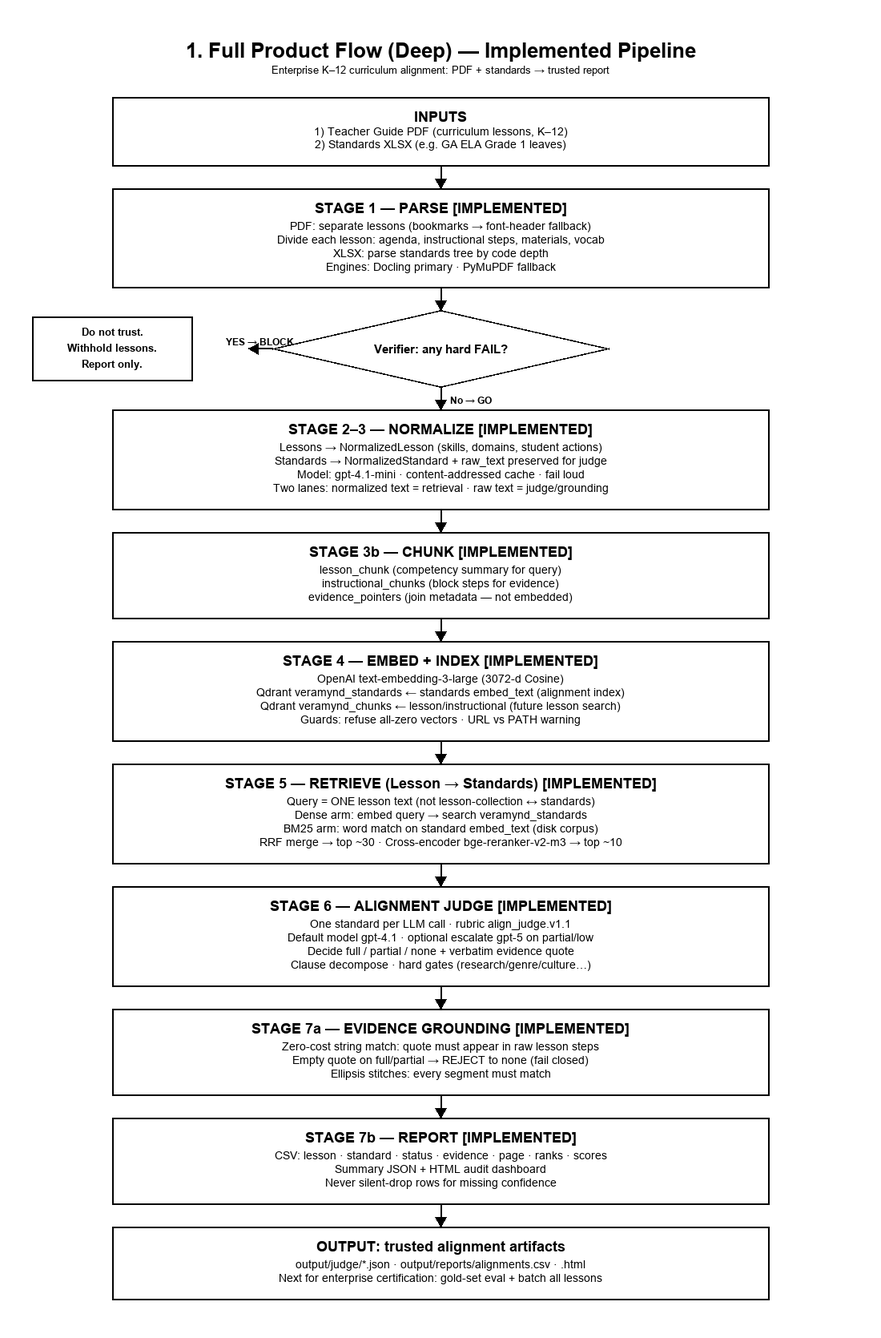
Earlier version of the Mermaid export veramynd/docs/diagrams/flow/02_full_pipeline_deep.png (abaidurerehman1/Veramynd). Its source is kept beside it as veramynd/docs/diagrams/flow/02_full_pipeline_deep.mmd. Source of this version:
```mermaid
flowchart TB
  subgraph INPUTS["INPUTS"]
    PDF["Teacher Guide PDF"]
    XLSX["Standards XLSX"]
  end

  subgraph S1["STAGE 1 — PARSE ✅"]
    SEP["Separate lessons<br/>bookmarks → font-header fallback"]
    DIV["Divide lesson<br/>agenda · steps · materials · vocab"]
    STD["Parse standards tree"]
    ENG["Docling primary · PyMuPDF fallback"]
  end

  VER{"Verifier:<br/>any hard FAIL?"}
  BLOCK["YES → BLOCK<br/>Do not trust / withhold lessons"]

  subgraph S23["STAGE 2–3 — NORMALIZE ✅"]
    LN["Lesson normalize gpt-4.1-mini"]
    SN["Standards normalize + raw_text kept"]
    LANES["Normalized = retrieval<br/>Raw = judge + grounding"]
  end

  subgraph SCH["STAGE 3b — CHUNK ✅"]
    LC["lesson_chunk query text"]
    IC["instructional_chunks evidence"]
    EP["evidence_pointers not embedded"]
  end

  subgraph EMB["STAGE 4 — EMBED + INDEX ✅"]
    E1["text-embedding-3-large 3072-d"]
    QS["Qdrant veramynd_standards"]
    QC["Qdrant veramynd_chunks<br/>future lesson search"]
    G0["Zero-vector guards · URL/PATH warn"]
  end

  subgraph RET["STAGE 5 — RETRIEVE ✅ Lesson → Standards"]
    Q["Query = one lesson text"]
    D["Dense → standards collection"]
    B["BM25 → standard embed_text"]
    RRF["RRF top ~30"]
    RR["bge-reranker-base top ~10"]
  end

  subgraph JUD["STAGE 6 — JUDGE ✅"]
    J1["One standard per call"]
    J2["gpt-4.1 · escalate gpt-5 optional"]
    J3["full / partial / none + quote"]
  end

  subgraph GR["STAGE 7a — GROUNDING ✅"]
    G1["Quote must exist in raw lesson"]
    G2["Empty/fabricated → force none"]
  end

  subgraph REP["STAGE 7b — REPORT ✅"]
    CSV["CSV + summary JSON"]
    HTML["HTML audit dashboard"]
  end

  OUT["OUTPUT: trusted alignment artifacts"]

  PDF --> SEP --> DIV --> VER
  XLSX --> STD --> VER
  ENG --> DIV
  VER -->|GO| LN
  VER -->|BLOCK| BLOCK
  LN --> SN --> LANES --> LC --> IC --> EP
  EP --> E1 --> QS
  E1 --> QC
  E1 --> G0
  QS --> Q
  Q --> D --> RRF
  Q --> B --> RRF
  RRF --> RR --> J1 --> J2 --> J3 --> G1 --> G2 --> CSV --> HTML --> OUT
```
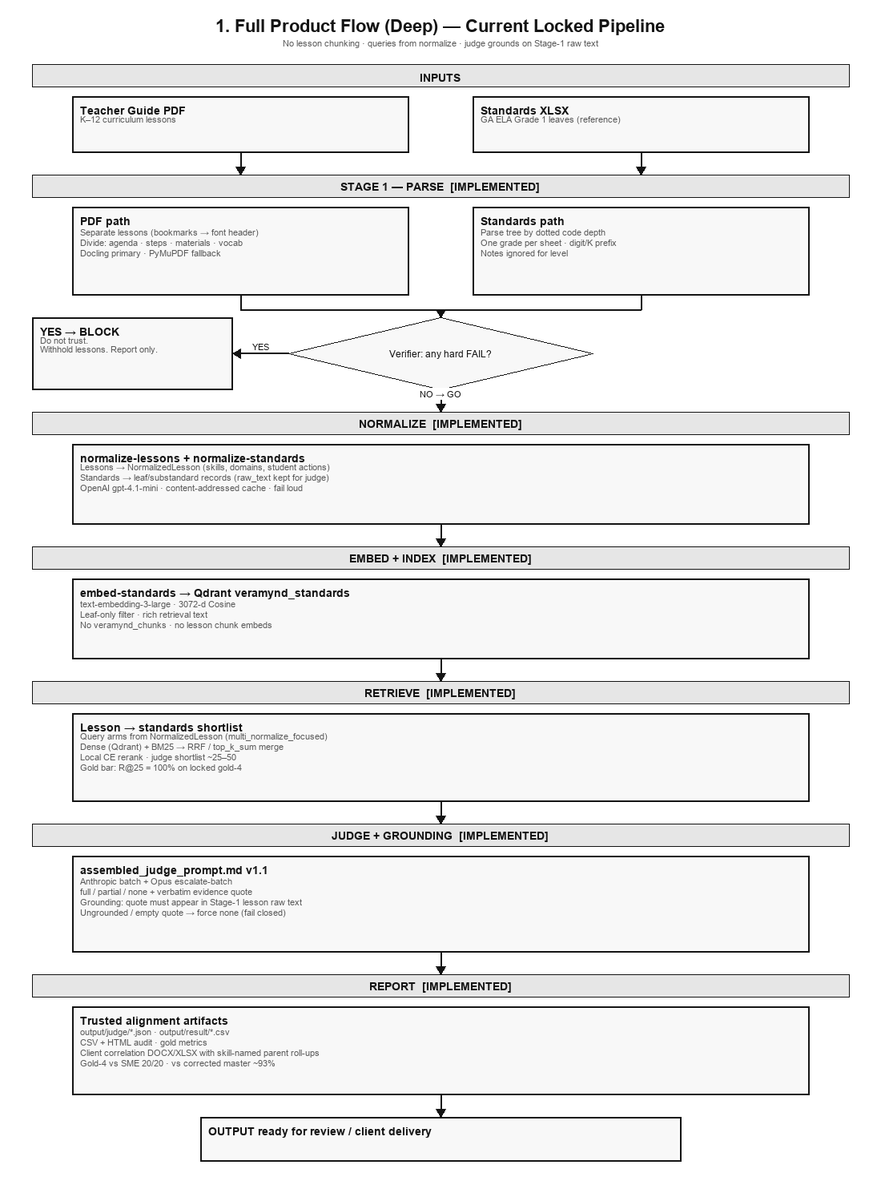
After the commit.

Change to the diagram source:
```diff
@@ -1,60 +1,52 @@
 flowchart TB
   subgraph INPUTS["INPUTS"]
     PDF["Teacher Guide PDF"]
-    XLSX["Standards XLSX"]
+    XLSX["Standards XLSX<br/>Code | Standard Text | Notes"]
   end
 
-  subgraph S1["STAGE 1 — PARSE ✅"]
+  subgraph S1["STAGE 1 — PARSE + VERIFY"]
     SEP["Separate lessons<br/>bookmarks → font-header fallback"]
     DIV["Divide lesson<br/>agenda · steps · materials · vocab"]
-    STD["Parse standards tree"]
+    STD["Parse standards tree<br/>dotted grade-prefixed codes"]
     ENG["Docling primary · PyMuPDF fallback"]
   end
 
   VER{"Verifier:<br/>any hard FAIL?"}
-  BLOCK["YES → BLOCK<br/>Do not trust / withhold lessons"]
+  BLOCK["YES → BLOCK<br/>withhold trusted lessons"]
 
-  subgraph S23["STAGE 2–3 — NORMALIZE ✅"]
-    LN["Lesson normalize gpt-4.1-mini"]
-    SN["Standards normalize + raw_text kept"]
-    LANES["Normalized = retrieval<br/>Raw = judge + grounding"]
+  subgraph NORM["NORMALIZE"]
+    LN["normalize-lessons<br/>ELA schema · OpenAI cache"]
+    SN["normalize-standards<br/>standard + substandard leaves"]
+    LANES["Normalize → retrieve queries<br/>Stage-1 raw → judge grounding"]
   end
 
-  subgraph SCH["STAGE 3b — CHUNK ✅"]
-    LC["lesson_chunk query text"]
-    IC["instructional_chunks evidence"]
-    EP["evidence_pointers not embedded"]
+  subgraph EMB["EMBED + INDEX"]
+    E1["text-embedding-3-large 3072-d"]
+    QS["Qdrant veramynd_standards<br/>leaf-only · rich retrieval text"]
   end
 
-  subgraph EMB["STAGE 4 — EMBED + INDEX ✅"]
-    E1["text-embedding-3-large 3072-d"]
-    QS["Qdrant veramynd_standards"]
-    QC["Qdrant veramynd_chunks<br/>future lesson search"]
-    G0["Zero-vector guards · URL/PATH warn"]
+  subgraph RET["RETRIEVE — Lesson → Standards"]
+    Q["Queries from NormalizedLesson<br/>multi_normalize_focused"]
+    D["Dense → veramynd_standards"]
+    B["BM25 → standard embed text"]
+    RRF["RRF merge + CE rerank"]
+    SL["Judge shortlist top ~25–50"]
   end
 
-  subgraph RET["STAGE 5 — RETRIEVE ✅ Lesson → Standards"]
-    Q["Query = one lesson text"]
-    D["Dense → standards collection"]
-    B["BM25 → standard embed_text"]
-    RRF["RRF top ~30"]
-    RR["bge-reranker-base top ~10"]
-  end
-
-  subgraph JUD["STAGE 6 — JUDGE ✅"]
-    J1["One standard per call"]
-    J2["gpt-4.1 · escalate gpt-5 optional"]
+  subgraph JUD["JUDGE"]
+    J1["assembled_judge_prompt.md v1.1"]
+    J2["Anthropic batch + escalate"]
     J3["full / partial / none + quote"]
   end
 
-  subgraph GR["STAGE 7a — GROUNDING ✅"]
-    G1["Quote must exist in raw lesson"]
-    G2["Empty/fabricated → force none"]
+  subgraph GR["GROUNDING"]
+    G1["Quote must exist in Stage-1 lesson"]
+    G2["Empty / ungrounded → force none"]
   end
 
-  subgraph REP["STAGE 7b — REPORT ✅"]
-    CSV["CSV + summary JSON"]
-    HTML["HTML audit dashboard"]
+  subgraph REP["REPORT"]
+    CSV["CSV + HTML + gold metrics"]
+    CLIENT["Client correlation<br/>DOCX / XLSX skill roll-ups"]
   end
 
   OUT["OUTPUT: trusted alignment artifacts"]
@@ -64,11 +56,8 @@
   ENG --> DIV
   VER -->|GO| LN
   VER -->|BLOCK| BLOCK
-  LN --> SN --> LANES --> LC --> IC --> EP
-  EP --> E1 --> QS
-  E1 --> QC
-  E1 --> G0
+  LN --> SN --> LANES --> E1 --> QS
   QS --> Q
   Q --> D --> RRF
   Q --> B --> RRF
-  RRF --> RR --> J1 --> J2 --> J3 --> G1 --> G2 --> CSV --> HTML --> OUT
+  RRF --> SL --> J1 --> J2 --> J3 --> G1 --> G2 --> CSV --> CLIENT --> OUT
```
